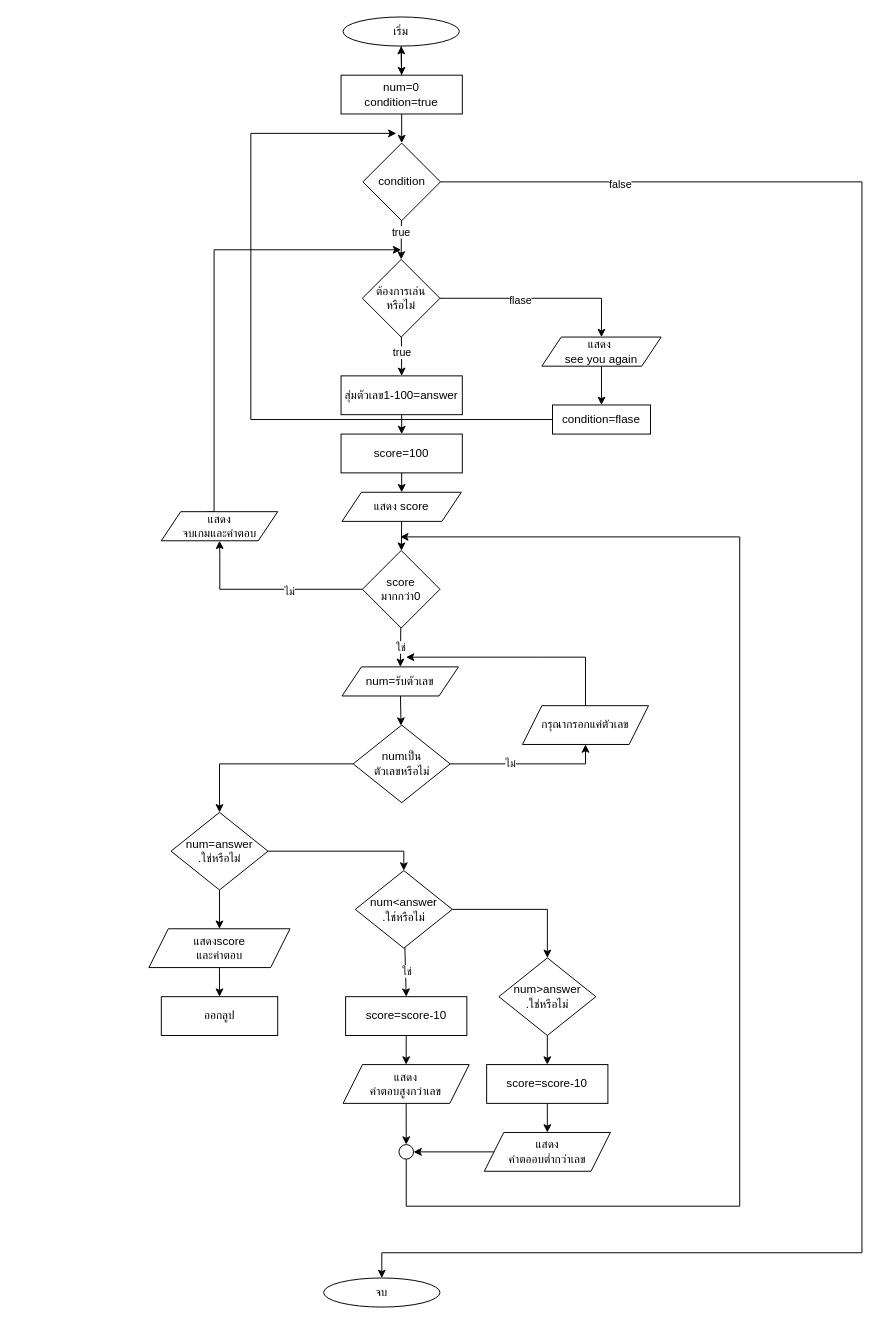
The draw.io diagram LAB/lab7/Lab07-While-DoWhile.drawio in Kitsanapong-F/ENGCC304, before the edit. Source tidied: cells renumbered, new cells numbered last; positions are measured from the earlier drawing's top-left corner, leaving out a move shared by most shapes. Both pictures are drawn from the tidied source at 97%, with x=0, y=0 at pixel (148, 16).
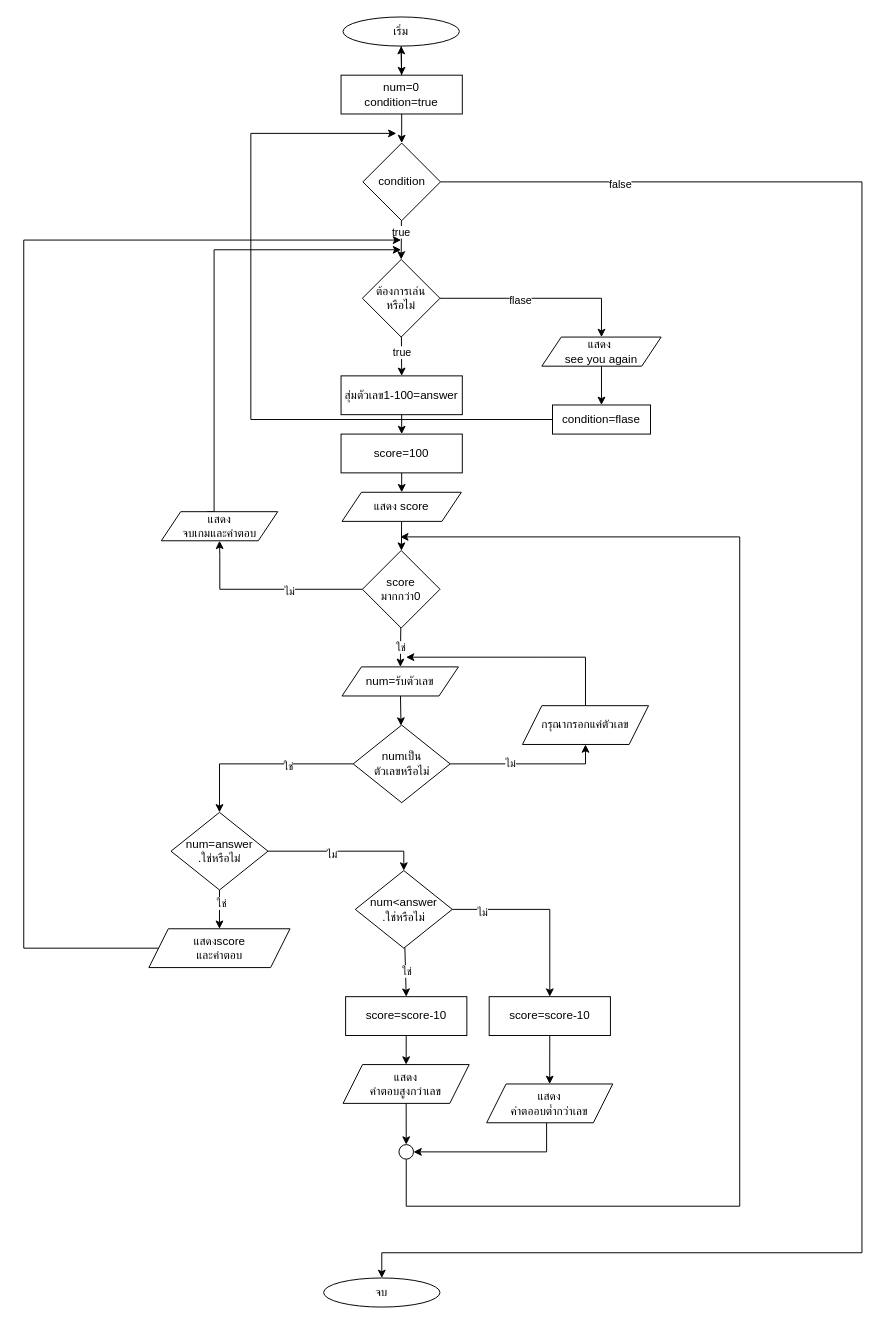
The same page after the edit.

The change refers to these unchanged cells:
```xml
<mxCell id="33" style="edgeStyle=orthogonalEdgeStyle;html=1;rounded=0;curved=0;entryX=0.5;entryY=0;entryDx=0;entryDy=0;" parent="1" edge="1" source="34" target="37">
  <mxGeometry relative="1" as="geometry" />
</mxCell>
<mxCell id="35" style="edgeStyle=orthogonalEdgeStyle;html=1;entryX=0.5;entryY=0;entryDx=0;entryDy=0;rounded=0;curved=0;" parent="1" edge="1" source="37" target="41">
  <mxGeometry relative="1" as="geometry" />
</mxCell>
<mxCell id="36" style="edgeStyle=none;html=1;" parent="1" edge="1" source="37" target="43">
  <mxGeometry relative="1" as="geometry" />
</mxCell>
<mxCell id="41" value="num&amp;lt;answer&lt;div&gt;.ใช่หรือไม่&lt;/div&gt;" style="rhombus;whiteSpace=wrap;html=1;" parent="1" vertex="1">
  <mxGeometry x="212.8" y="880" width="100" height="80" as="geometry" />
</mxCell>
<mxCell id="43" value="แสดงscore&lt;div&gt;และคำตอบ&lt;/div&gt;" style="shape=parallelogram;perimeter=parallelogramPerimeter;whiteSpace=wrap;html=1;fixedSize=1;" parent="1" vertex="1">
  <mxGeometry y="940" width="145.5" height="40" as="geometry" />
</mxCell>
<mxCell id="60" style="ellipse;whiteSpace=wrap;html=1;" parent="1" vertex="1">
  <mxGeometry x="257.8" y="1162.5" width="15" height="15" as="geometry" />
</mxCell>
```

What changed in the source:
```diff
@@
+    <mxCell id="66" value="ใช่" style="edgeLabel;html=1;align=center;verticalAlign=middle;" parent="33" vertex="1">
+      <mxGeometry x="-0.29" y="2" relative="1" as="geometry" />
+    </mxCell>
@@
+    <mxCell id="67" value="ไม่" style="edgeLabel;html=1;align=center;verticalAlign=middle;" parent="35" vertex="1">
+      <mxGeometry x="-0.17" y="-3" relative="1" as="geometry" />
+    </mxCell>
@@
+    <mxCell id="68" value="ใช่" style="edgeLabel;html=1;align=center;verticalAlign=middle;" parent="36" vertex="1">
+      <mxGeometry x="-0.3" y="2" relative="1" as="geometry" />
+    </mxCell>
@@
-    <mxCell id="40" style="edgeStyle=orthogonalEdgeStyle;html=1;entryX=0.5;entryY=0;entryDx=0;entryDy=0;rounded=0;curved=0;" parent="1" edge="1" source="41" target="49">
+    <mxCell id="40" style="edgeStyle=orthogonalEdgeStyle;html=1;entryX=0.5;entryY=0;entryDx=0;entryDy=0;rounded=0;curved=0;" parent="1" edge="1" source="41" target="51">
       <mxGeometry relative="1" as="geometry" />
     </mxCell>
+    <mxCell id="69" value="ไม่" style="edgeLabel;html=1;align=center;verticalAlign=middle;" parent="40" vertex="1">
+      <mxGeometry x="-0.67" y="-2" relative="1" as="geometry" />
+    </mxCell>
@@
-    <mxCell id="42" style="edgeStyle=none;html=1;" parent="1" edge="1" source="43" target="61">
-      <mxGeometry relative="1" as="geometry" />
+    <mxCell id="42" style="edgeStyle=orthogonalEdgeStyle;html=1;rounded=0;curved=0;" parent="1" edge="1" source="43">
+      <mxGeometry relative="1" as="geometry">
+        <mxPoint x="260" y="230" as="targetPoint" />
+        <Array as="points">
+          <mxPoint x="-129" y="960" />
+        </Array>
+      </mxGeometry>
     </mxCell>
@@
-    <mxCell id="48" style="edgeStyle=none;html=1;" parent="1" edge="1" source="49" target="51">
-      <mxGeometry relative="1" as="geometry" />
-    </mxCell>
-    <mxCell id="49" value="num&amp;gt;answer&lt;div&gt;.ใช่หรือไม่&lt;/div&gt;" style="rhombus;whiteSpace=wrap;html=1;" parent="1" vertex="1">
-      <mxGeometry x="360.8" y="970" width="100" height="80" as="geometry" />
-    </mxCell>
@@
     <mxCell id="51" value="score=score-10" style="whiteSpace=wrap;html=1;" parent="1" vertex="1">
-      <mxGeometry x="348.2" y="1080" width="125" height="40" as="geometry" />
+      <mxGeometry x="350.8" y="1010" width="125" height="40" as="geometry" />
     </mxCell>
-    <mxCell id="52" style="edgeStyle=none;html=1;" parent="1" edge="1" source="53" target="60">
-      <mxGeometry relative="1" as="geometry" />
+    <mxCell id="52" style="edgeStyle=orthogonalEdgeStyle;html=1;rounded=0;" parent="1" edge="1" source="53" target="60">
+      <mxGeometry relative="1" as="geometry">
+        <Array as="points">
+          <mxPoint x="410" y="1170" />
+        </Array>
+      </mxGeometry>
     </mxCell>
     <mxCell id="53" value="แสดง&lt;div&gt;คำตออบต่ำกว่าเลข&lt;/div&gt;" style="shape=parallelogram;perimeter=parallelogramPerimeter;whiteSpace=wrap;html=1;fixedSize=1;" parent="1" vertex="1">
-      <mxGeometry x="345.8" y="1150" width="130" height="40" as="geometry" />
+      <mxGeometry x="348.2" y="1100" width="130" height="40" as="geometry" />
     </mxCell>
@@
-    <mxCell id="61" value="ออกลูป" style="whiteSpace=wrap;html=1;" parent="1" vertex="1">
-      <mxGeometry x="12.8" y="1010" width="120" height="40" as="geometry" />
-    </mxCell>
```
